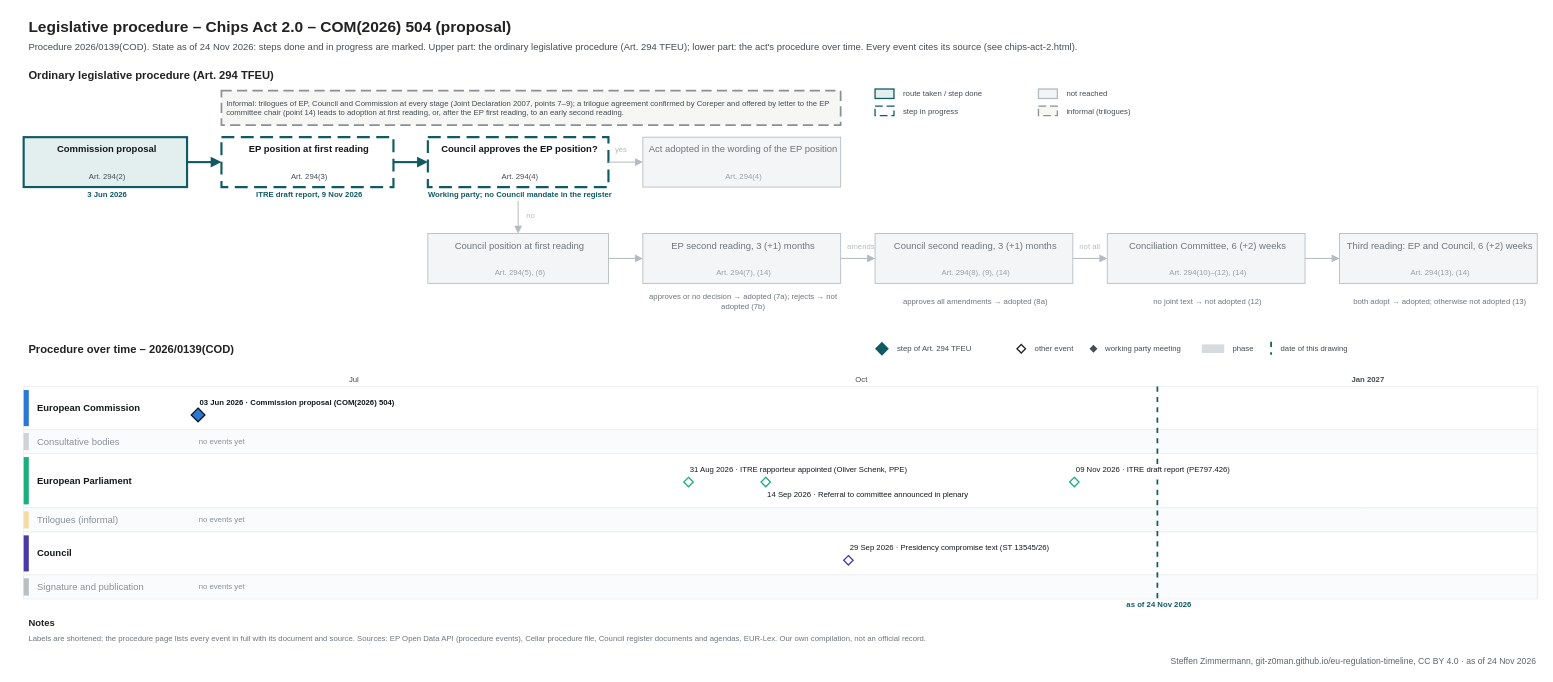
The draw.io diagram procedures/chips-act-2.drawio in git-z0man/eu-regulation-timeline, before the edit. Source tidied: cells renumbered, new cells numbered last; positions are measured from the earlier drawing's top-left corner, leaving out a move shared by most shapes. Both pictures are drawn from the tidied source at 86%, with x=0, y=0 at pixel (15, 15).
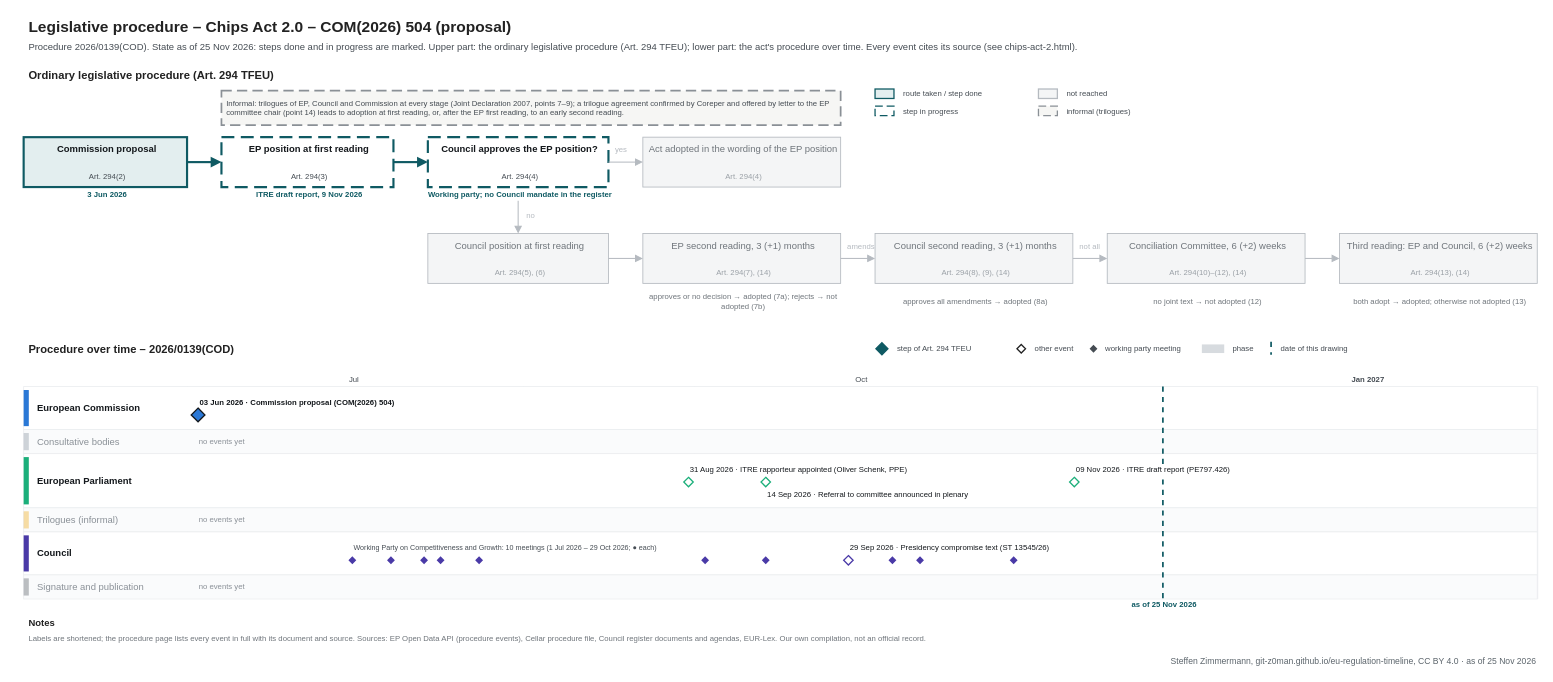
Above is the later version.

What changed in the source:
```diff
@@
-    <mxCell id="3" value="Procedure 2026/0139(COD). State as of 24 Nov 2026: steps done and in progress are marked. Upper part: the ordinary legislative procedure (Art. 294 TFEU); lower part: the act's procedure over time. Every event cites its source (see chips-act-2.html)." style="text;html=1;fontSize=11;fontColor=#454c53;align=left;verticalAlign=middle;spacingLeft=4;" parent="1" vertex="1">
+    <mxCell id="3" value="Procedure 2026/0139(COD). State as of 25 Nov 2026: steps done and in progress are marked. Upper part: the ordinary legislative procedure (Art. 294 TFEU); lower part: the act's procedure over time. Every event cites its source (see chips-act-2.html)." style="text;html=1;fontSize=11;fontColor=#454c53;align=left;verticalAlign=middle;spacingLeft=4;" parent="1" vertex="1">
       <mxGeometry x="10" y="28" width="1700" height="18" as="geometry" />
     </mxCell>
@@
     <mxCell id="105" style="line;html=1;strokeWidth=2;strokeColor=#0f5a63;direction=south;dashed=1;" parent="1" vertex="1">
-      <mxGeometry x="1327.8" y="432" width="1" height="247" as="geometry" />
+      <mxGeometry x="1334.2" y="432" width="1" height="247" as="geometry" />
     </mxCell>
-    <mxCell id="106" value="as of 24 Nov 2026" style="text;html=1;fontSize=9;fontColor=#0f5a63;align=center;verticalAlign=middle;spacingLeft=4;fontStyle=1;" parent="1" vertex="1">
-      <mxGeometry x="1267.8" y="680" width="120" height="12" as="geometry" />
+    <mxCell id="106" value="as of 25 Nov 2026" style="text;html=1;fontSize=9;fontColor=#0f5a63;align=center;verticalAlign=middle;spacingLeft=4;fontStyle=1;" parent="1" vertex="1">
+      <mxGeometry x="1274.2" y="680" width="120" height="12" as="geometry" />
     </mxCell>
@@
-    <mxCell id="116" style="rhombus;fillColor=#ffffff;strokeColor=#4a3aa7;strokeWidth=1.5;" parent="1" vertex="1">
-      <mxGeometry x="963.5" y="628.5" width="11" height="11" as="geometry" />
+    <mxCell id="116" value="Working Party on Competitiveness and Growth: 10 meetings (1 Jul 2026 – 29 Oct 2026; ● each)" style="text;html=1;fontSize=8.3;fontColor=#454c53;align=left;verticalAlign=middle;spacingLeft=4;" parent="1" vertex="1">
+      <mxGeometry x="388.2" y="614" width="401.5" height="12" as="geometry" />
     </mxCell>
-    <mxCell id="117" value="Notes" style="text;html=1;fontSize=11;fontColor=#222222;align=left;verticalAlign=middle;spacingLeft=4;fontStyle=1;" parent="1" vertex="1">
-      <mxGeometry x="10" y="699" width="200" height="16" as="geometry" />
+    <mxCell id="117" style="rhombus;fillColor=#4a3aa7;strokeColor=#4a3aa7;strokeWidth=1.5;" parent="1" vertex="1">
+      <mxGeometry x="388.7" y="630.5" width="7" height="7" as="geometry" />
     </mxCell>
-    <mxCell id="118" value="Labels are shortened; the procedure page lists every event in full with its document and source. Sources: EP Open Data API (procedure events), Cellar procedure file, Council register documents and agendas, EUR-Lex. Our own compilation, not an official record." style="text;html=1;fontSize=9;fontColor=#6f757b;align=left;verticalAlign=middle;spacingLeft=4;" parent="1" vertex="1">
-      <mxGeometry x="10" y="717" width="1760" height="16" as="geometry" />
+    <mxCell id="118" style="rhombus;fillColor=#4a3aa7;strokeColor=#4a3aa7;strokeWidth=1.5;" parent="1" vertex="1">
+      <mxGeometry x="433.6" y="630.5" width="7" height="7" as="geometry" />
     </mxCell>
-    <mxCell id="119" value="Steffen Zimmermann, git-z0man.github.io/eu-regulation-timeline, CC BY 4.0 · as of 24 Nov 2026" style="text;html=1;fontSize=10;fontColor=#5b646b;align=right;verticalAlign=middle;spacingLeft=4;" parent="1" vertex="1">
-      <mxGeometry x="10" y="743" width="1760" height="16" as="geometry" />
+    <mxCell id="119" style="rhombus;fillColor=#4a3aa7;strokeColor=#4a3aa7;strokeWidth=1.5;" parent="1" vertex="1">
+      <mxGeometry x="472.1" y="630.5" width="7" height="7" as="geometry" />
     </mxCell>
+    <mxCell id="120" style="rhombus;fillColor=#4a3aa7;strokeColor=#4a3aa7;strokeWidth=1.5;" parent="1" vertex="1">
+      <mxGeometry x="491.3" y="630.5" width="7" height="7" as="geometry" />
+    </mxCell>
+    <mxCell id="121" style="rhombus;fillColor=#4a3aa7;strokeColor=#4a3aa7;strokeWidth=1.5;" parent="1" vertex="1">
+      <mxGeometry x="536.1" y="630.5" width="7" height="7" as="geometry" />
+    </mxCell>
+    <mxCell id="122" style="rhombus;fillColor=#4a3aa7;strokeColor=#4a3aa7;strokeWidth=1.5;" parent="1" vertex="1">
+      <mxGeometry x="798.9" y="630.5" width="7" height="7" as="geometry" />
+    </mxCell>
+    <mxCell id="123" style="rhombus;fillColor=#4a3aa7;strokeColor=#4a3aa7;strokeWidth=1.5;" parent="1" vertex="1">
+      <mxGeometry x="869.4" y="630.5" width="7" height="7" as="geometry" />
+    </mxCell>
+    <mxCell id="124" style="rhombus;fillColor=#ffffff;strokeColor=#4a3aa7;strokeWidth=1.5;" parent="1" vertex="1">
+      <mxGeometry x="963.5" y="628.5" width="11" height="11" as="geometry" />
+    </mxCell>
+    <mxCell id="125" style="rhombus;fillColor=#4a3aa7;strokeColor=#4a3aa7;strokeWidth=1.5;" parent="1" vertex="1">
+      <mxGeometry x="1016.7" y="630.5" width="7" height="7" as="geometry" />
+    </mxCell>
+    <mxCell id="126" style="rhombus;fillColor=#4a3aa7;strokeColor=#4a3aa7;strokeWidth=1.5;" parent="1" vertex="1">
+      <mxGeometry x="1048.8" y="630.5" width="7" height="7" as="geometry" />
+    </mxCell>
+    <mxCell id="127" style="rhombus;fillColor=#4a3aa7;strokeColor=#4a3aa7;strokeWidth=1.5;" parent="1" vertex="1">
+      <mxGeometry x="1157.7" y="630.5" width="7" height="7" as="geometry" />
+    </mxCell>
+    <mxCell id="128" value="Notes" style="text;html=1;fontSize=11;fontColor=#222222;align=left;verticalAlign=middle;spacingLeft=4;fontStyle=1;" parent="1" vertex="1">
+      <mxGeometry x="10" y="699" width="200" height="16" as="geometry" />
+    </mxCell>
+    <mxCell id="129" value="Labels are shortened; the procedure page lists every event in full with its document and source. Sources: EP Open Data API (procedure events), Cellar procedure file, Council register documents and agendas, EUR-Lex. Our own compilation, not an official record." style="text;html=1;fontSize=9;fontColor=#6f757b;align=left;verticalAlign=middle;spacingLeft=4;" parent="1" vertex="1">
+      <mxGeometry x="10" y="717" width="1760" height="16" as="geometry" />
+    </mxCell>
+    <mxCell id="130" value="Steffen Zimmermann, git-z0man.github.io/eu-regulation-timeline, CC BY 4.0 · as of 25 Nov 2026" style="text;html=1;fontSize=10;fontColor=#5b646b;align=right;verticalAlign=middle;spacingLeft=4;" parent="1" vertex="1">
+      <mxGeometry x="10" y="743" width="1760" height="16" as="geometry" />
+    </mxCell>
```
